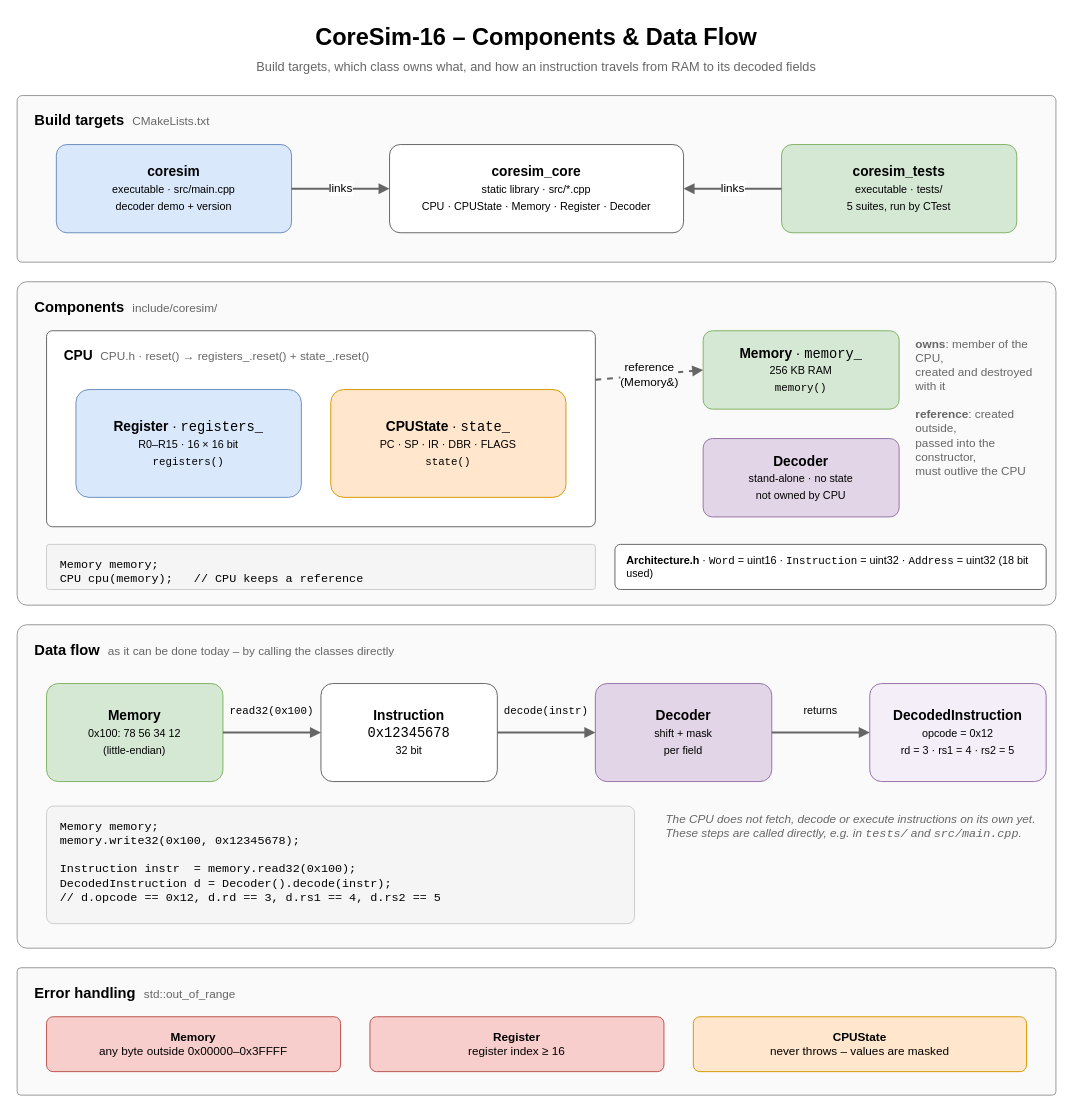
Earlier version of the draw.io diagram diagrams/data-flow.drawio (kpolet2010-hue/CoreSim). Source tidied: cells renumbered, new cells numbered last; positions are measured from the earlier drawing's top-left corner, leaving out a move shared by most shapes. Both pictures are drawn from the tidied source at 98%, with x=0, y=0 at pixel (17, 17).
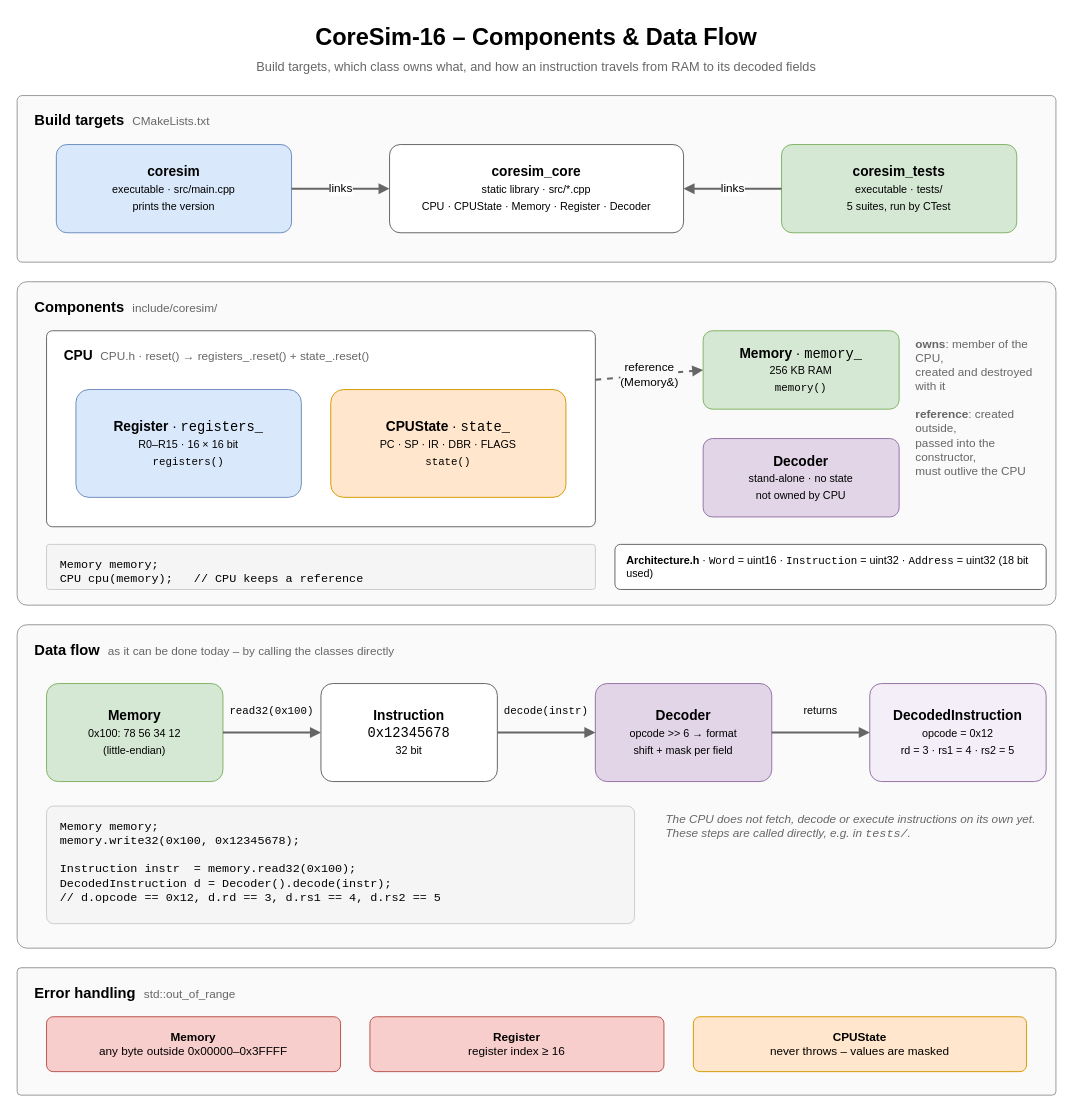
The same diagram, later.

Commit message (it also covers changes not shown here):
docs(decoder): document R, I, M and J instruction formats

The edit, as a diff of the source:
```diff
@@
-    <mxCell id="6" value="&lt;b&gt;coresim&lt;/b&gt;&lt;br&gt;&lt;font style=&quot;font-size:11px&quot;&gt;executable &amp;middot; src/main.cpp&lt;br&gt;decoder demo + version&lt;/font&gt;" style="rounded=1;arcSize=12;whiteSpace=wrap;html=1;fontFamily=Helvetica;fillColor=#dae8fc;strokeColor=#6c8ebf;fontSize=14;" parent="1" vertex="1">
+    <mxCell id="6" value="&lt;b&gt;coresim&lt;/b&gt;&lt;br&gt;&lt;font style=&quot;font-size:11px&quot;&gt;executable &amp;middot; src/main.cpp&lt;br&gt;prints the version&lt;/font&gt;" style="rounded=1;arcSize=12;whiteSpace=wrap;html=1;fontFamily=Helvetica;fillColor=#dae8fc;strokeColor=#6c8ebf;fontSize=14;" parent="1" vertex="1">
       <mxGeometry x="40" y="130" width="240" height="90" as="geometry" />
     </mxCell>
@@
-    <mxCell id="23" value="&lt;b&gt;Decoder&lt;/b&gt;&lt;br&gt;&lt;font style=&quot;font-size:11px&quot;&gt;shift + mask&lt;br&gt;per field&lt;/font&gt;" style="rounded=1;arcSize=12;whiteSpace=wrap;html=1;fontFamily=Helvetica;fillColor=#e1d5e7;strokeColor=#9673a6;fontSize=14;" parent="1" vertex="1">
+    <mxCell id="23" value="&lt;b&gt;Decoder&lt;/b&gt;&lt;br&gt;&lt;font style=&quot;font-size:11px&quot;&gt;opcode &amp;gt;&amp;gt; 6 &amp;rarr; format&lt;br&gt;shift + mask per field&lt;/font&gt;" style="rounded=1;arcSize=12;whiteSpace=wrap;html=1;fontFamily=Helvetica;fillColor=#e1d5e7;strokeColor=#9673a6;fontSize=14;" parent="1" vertex="1">
       <mxGeometry x="590" y="680" width="180" height="100" as="geometry" />
     </mxCell>
@@
-    <mxCell id="32" value="&lt;i&gt;The CPU does not fetch, decode or execute instructions on its own yet. These steps are called directly, e.g. in &lt;code&gt;tests/&lt;/code&gt; and &lt;code&gt;src/main.cpp&lt;/code&gt;.&lt;/i&gt;" style="text;html=1;strokeColor=none;fillColor=none;whiteSpace=wrap;fontFamily=Helvetica;fontSize=12;fontColor=#666666;align=left;" parent="1" vertex="1">
+    <mxCell id="32" value="&lt;i&gt;The CPU does not fetch, decode or execute instructions on its own yet. These steps are called directly, e.g. in &lt;code&gt;tests/&lt;/code&gt;.&lt;/i&gt;" style="text;html=1;strokeColor=none;fillColor=none;whiteSpace=wrap;fontFamily=Helvetica;fontSize=12;fontColor=#666666;align=left;" parent="1" vertex="1">
       <mxGeometry x="660" y="805" width="380" height="70" as="geometry" />
     </mxCell>
```
